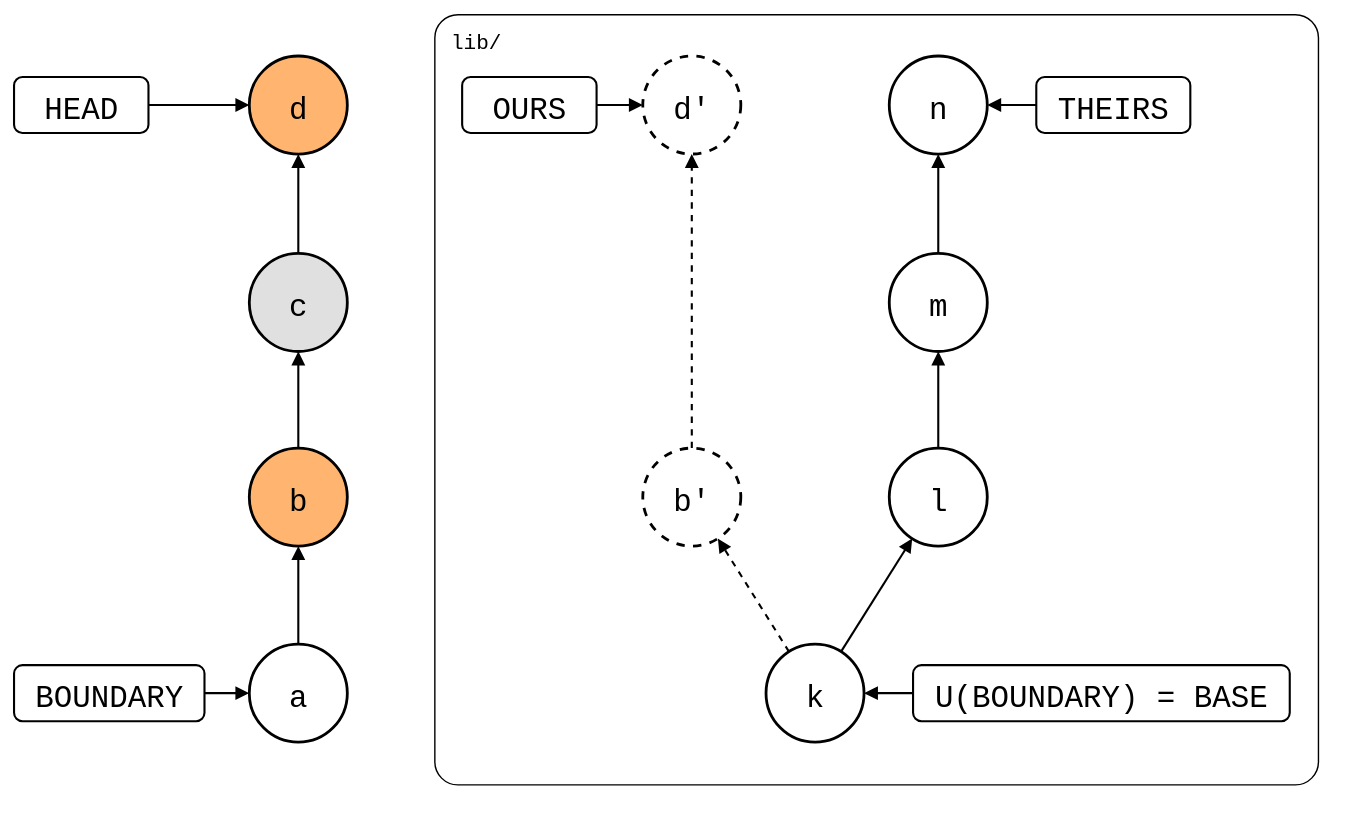
Earlier version of the draw.io export test/scenarios/01-everyday-sync/01-sync-model/before-pull-git-names.drawio.svg (roschaefer/git-splice). Source tidied: cells renumbered, new cells last; positions are measured from the earlier drawing's top-left corner, leaving out a move shared by most shapes.
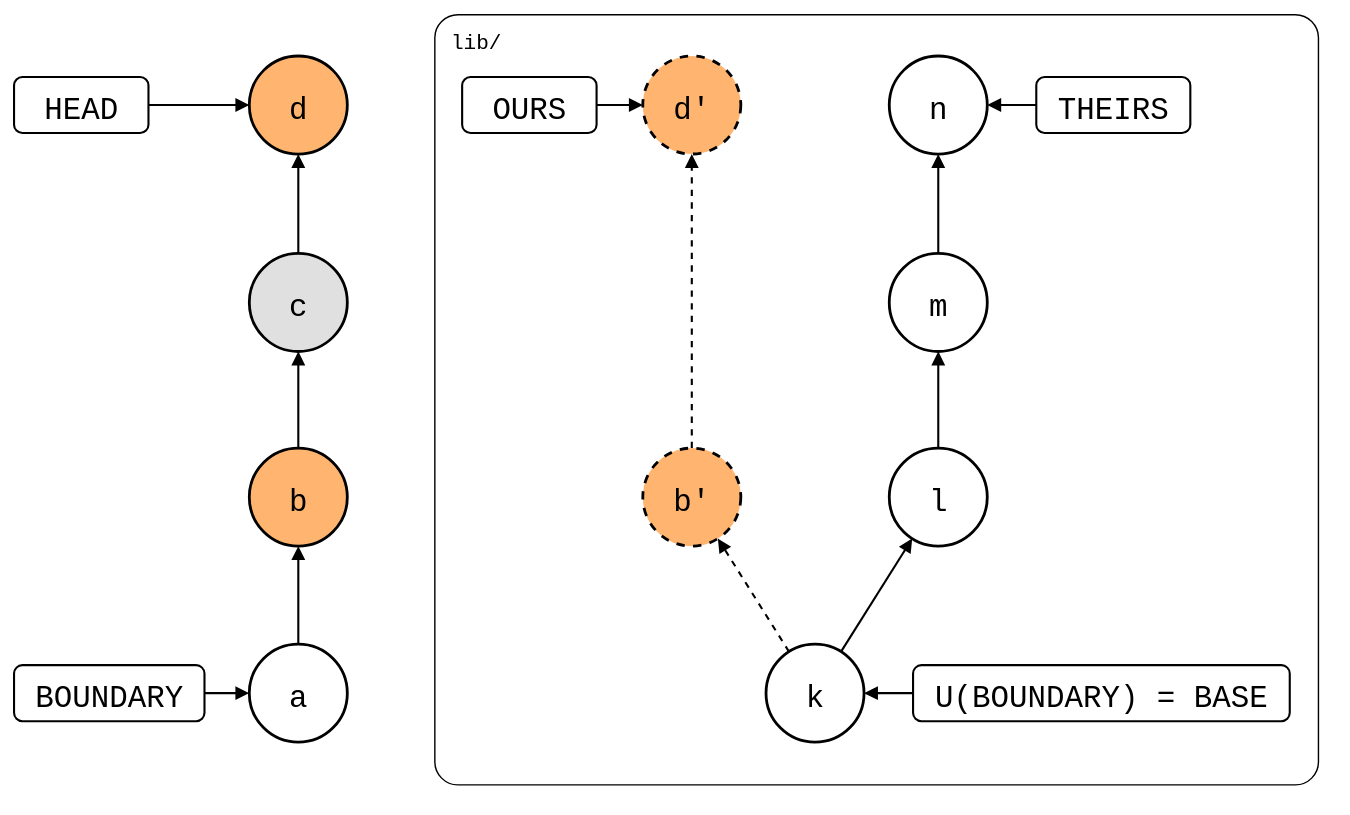
After the commit.

The edit, as a diff of the source:
```diff
@@ -29,10 +29,10 @@
     <mxCell id="10" value="n" style="ellipse;strokeWidth=2;fontSize=22;fontFamily=Roboto Mono,monospace;" parent="1" vertex="1">
       <mxGeometry x="625" y="30" width="70" height="70" as="geometry" />
     </mxCell>
-    <mxCell id="11" value="b'" style="ellipse;strokeWidth=2;fontSize=22;fontFamily=Roboto Mono,monospace;dashed=1;" parent="1" vertex="1">
+    <mxCell id="11" value="b'" style="ellipse;strokeWidth=2;fontSize=22;fontFamily=Roboto Mono,monospace;dashed=1;fillColor=#FFB570;" parent="1" vertex="1">
       <mxGeometry x="449" y="310" width="70" height="70" as="geometry" />
     </mxCell>
-    <mxCell id="12" value="d'" style="ellipse;strokeWidth=2;fontSize=22;fontFamily=Roboto Mono,monospace;dashed=1;" parent="1" vertex="1">
+    <mxCell id="12" value="d'" style="ellipse;strokeWidth=2;fontSize=22;fontFamily=Roboto Mono,monospace;dashed=1;fillColor=#FFB570;" parent="1" vertex="1">
       <mxGeometry x="449" y="30" width="70" height="70" as="geometry" />
     </mxCell>
     <mxCell id="13" value="HEAD" style="rounded=1;strokeWidth=1.5;fontSize=22;fontFamily=Roboto Mono,monospace;" parent="1" vertex="1">
```
